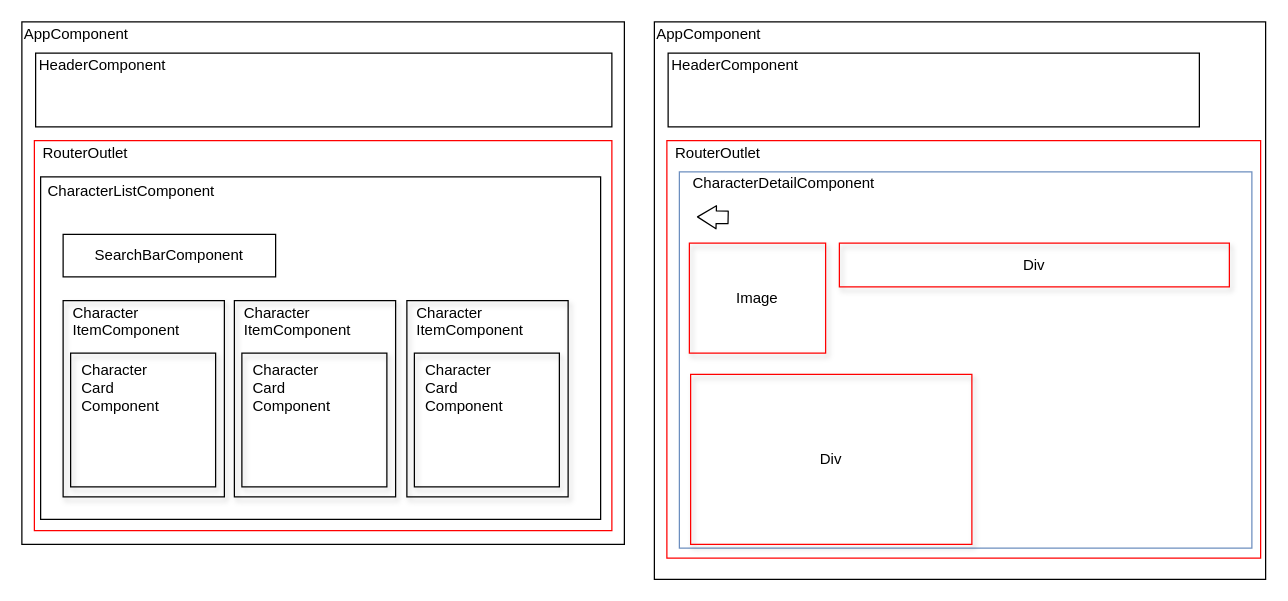
Before: wireframe.drawio in AlexNolaco/AngularMarvel, a draw.io diagram. Source tidied: cells renumbered, new cells numbered last; positions are measured from the earlier drawing's top-left corner, leaving out a move shared by most shapes. Both pictures are drawn from the tidied source at 125%, with x=0, y=0 at pixel (21, 21).
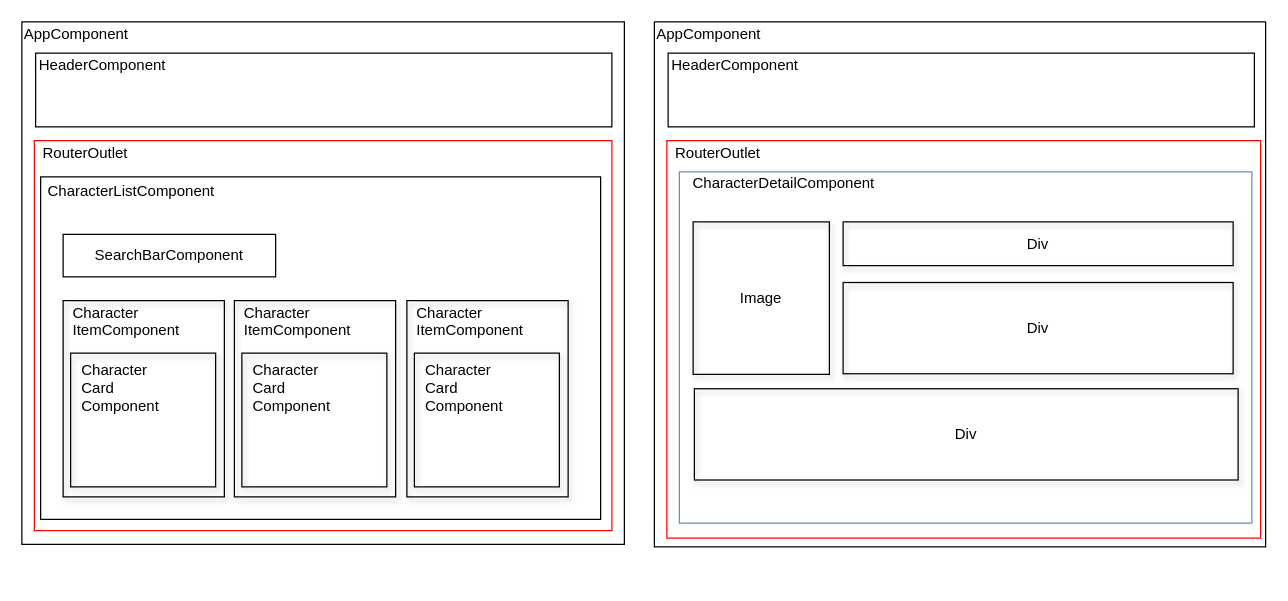
The same page after the edit.

Commit message:
atualização de wireframe

Diff of the diagram source:
```diff
@@
     <mxCell id="12" style="rounded=0;whiteSpace=wrap;html=1;" parent="1" vertex="1">
-      <mxGeometry x="506" width="489" height="446" as="geometry" />
+      <mxGeometry x="506" width="489" height="420" as="geometry" />
     </mxCell>
@@
     <mxCell id="14" style="rounded=0;whiteSpace=wrap;html=1;" parent="1" vertex="1">
-      <mxGeometry x="517" y="25" width="425" height="59" as="geometry" />
+      <mxGeometry x="517" y="25" width="469" height="59" as="geometry" />
     </mxCell>
@@
     <mxCell id="16" style="rounded=0;whiteSpace=wrap;html=1;fillColor=none;strokeColor=#FF0000;" parent="1" vertex="1">
-      <mxGeometry x="516" y="95" width="475" height="334" as="geometry" />
+      <mxGeometry x="516" y="95" width="475" height="318" as="geometry" />
     </mxCell>
@@
     <mxCell id="18" style="rounded=0;whiteSpace=wrap;html=1;fillColor=none;strokeColor=#6c8ebf;" parent="1" vertex="1">
-      <mxGeometry x="526" y="120" width="458" height="301" as="geometry" />
+      <mxGeometry x="526" y="120" width="458" height="281" as="geometry" />
     </mxCell>
@@
-    <mxCell id="20" value="Image" style="rounded=0;whiteSpace=wrap;html=1;strokeColor=#FF0000;fillColor=none;shadow=1;" parent="1" vertex="1">
-      <mxGeometry x="534" y="177" width="109" height="88" as="geometry" />
+    <mxCell id="20" value="Image" style="rounded=0;whiteSpace=wrap;html=1;strokeColor=#000000;fillColor=none;shadow=1;" parent="1" vertex="1">
+      <mxGeometry x="537" y="160" width="109" height="122" as="geometry" />
     </mxCell>
-    <mxCell id="21" value="Div" style="rounded=0;whiteSpace=wrap;html=1;strokeColor=#FF0000;fillColor=none;shadow=1;" parent="1" vertex="1">
-      <mxGeometry x="654" y="177" width="312" height="35" as="geometry" />
+    <mxCell id="21" value="Div" style="rounded=0;whiteSpace=wrap;html=1;strokeColor=#000000;fillColor=none;shadow=1;" parent="1" vertex="1">
+      <mxGeometry x="657" y="160" width="312" height="35" as="geometry" />
     </mxCell>
-    <mxCell id="22" value="Div" style="rounded=0;whiteSpace=wrap;html=1;strokeColor=#FF0000;fillColor=none;shadow=1;" parent="1" vertex="1">
-      <mxGeometry x="535" y="282" width="225" height="136" as="geometry" />
+    <mxCell id="22" value="Div" style="rounded=0;whiteSpace=wrap;html=1;strokeColor=#000000;fillColor=none;shadow=1;" parent="1" vertex="1">
+      <mxGeometry x="538" y="293.5" width="435" height="73" as="geometry" />
     </mxCell>
-    <mxCell id="23" style="shape=flexArrow;endArrow=classic;html=1;endWidth=7.441860465116279;endSize=4.665116279069768;" parent="1" edge="1">
-      <mxGeometry relative="1" as="geometry">
-        <mxPoint x="565.5" y="156.5" as="sourcePoint" />
-        <mxPoint x="540" y="156" as="targetPoint" />
-      </mxGeometry>
-    </mxCell>
@@
+    <mxCell id="35" value="Div" style="rounded=0;whiteSpace=wrap;html=1;strokeColor=#000000;fillColor=none;shadow=1;" parent="1" vertex="1">
+      <mxGeometry x="657" y="208.5" width="312" height="73" as="geometry" />
+    </mxCell>
```
